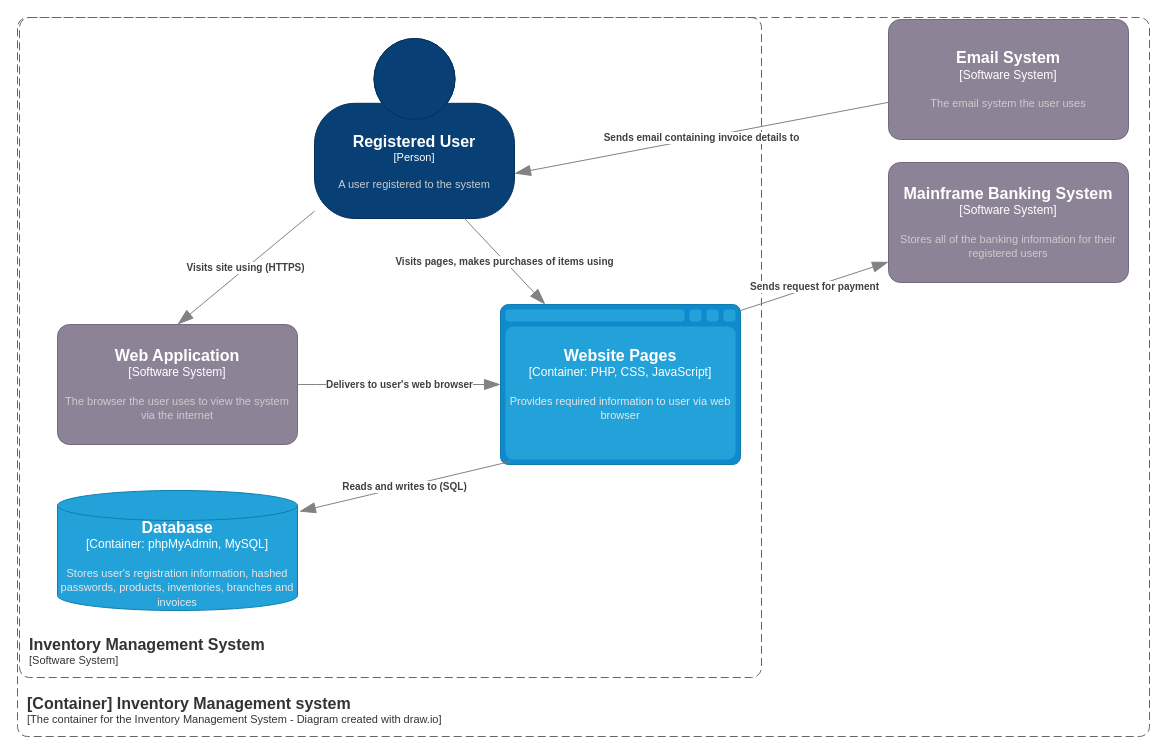
Above: C4 Diagrams/ContainerDiagram.drawio in Vani0904/Team-Project-Inventory-System (draw.io), before the change. Source tidied: cells renumbered, new cells numbered last; positions are measured from the earlier drawing's top-left corner, leaving out a move shared by most shapes. Both pictures are drawn from the tidied source at 100%, with x=0, y=0 at pixel (17, 17).
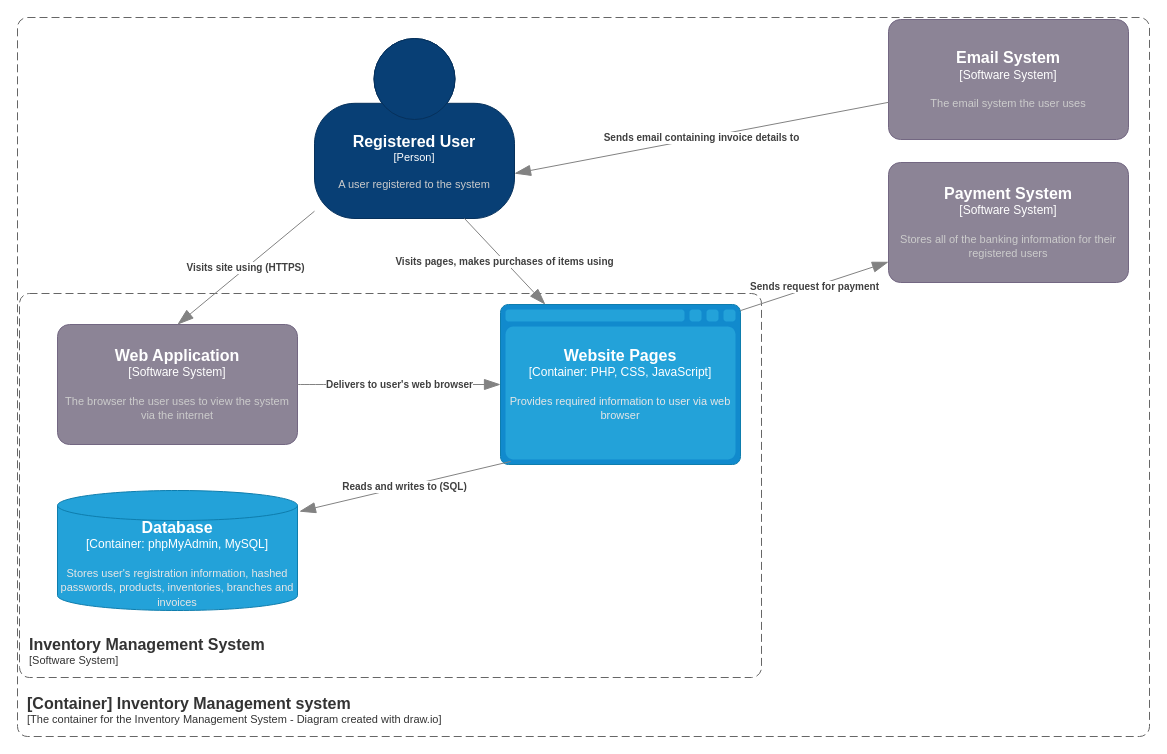
The same page after the edit.

Change to the diagram source:
```diff
@@
     <object id="3" label="&lt;font style=&quot;font-size: 16px&quot;&gt;&lt;b&gt;&lt;div style=&quot;text-align: left&quot;&gt;%c4Name%&lt;/div&gt;&lt;/b&gt;&lt;/font&gt;&lt;div style=&quot;text-align: left&quot;&gt;[%c4Application%]&lt;/div&gt;" c4Application="Software System" c4Name="Inventory Management System" placeholders="1">
       <mxCell style="rounded=1;fontSize=11;whiteSpace=wrap;html=1;dashed=1;arcSize=20;fillColor=none;strokeColor=#666666;fontColor=#333333;labelBackgroundColor=none;align=left;verticalAlign=bottom;labelBorderColor=none;spacingTop=0;spacing=10;dashPattern=8 4;perimeter=rectanglePerimeter;noLabel=0;labelPadding=0;absoluteArcSize=1;" parent="1" vertex="1">
-        <mxGeometry x="2" width="742" height="660" as="geometry" />
+        <mxGeometry x="2" y="276" width="742" height="384" as="geometry" />
       </mxCell>
     </object>
@@
-    <object id="13" label="&lt;font style=&quot;font-size: 16px&quot;&gt;&lt;b&gt;%c4Name%&lt;/b&gt;&lt;/font&gt;&lt;div&gt;[%c4Type%]&lt;/div&gt;&lt;br&gt;&lt;div&gt;&lt;font style=&quot;font-size: 11px&quot;&gt;&lt;font color=&quot;#cccccc&quot;&gt;%c4Description%&lt;/font&gt;&lt;/div&gt;" c4Description="Stores all of the banking information for their registered users" c4Name="Mainframe Banking System" c4Type="Software System" placeholders="1">
+    <object id="13" label="&lt;font style=&quot;font-size: 16px&quot;&gt;&lt;b&gt;%c4Name%&lt;/b&gt;&lt;/font&gt;&lt;div&gt;[%c4Type%]&lt;/div&gt;&lt;br&gt;&lt;div&gt;&lt;font style=&quot;font-size: 11px&quot;&gt;&lt;font color=&quot;#cccccc&quot;&gt;%c4Description%&lt;/font&gt;&lt;/div&gt;" c4Description="Stores all of the banking information for their registered users" c4Name="Payment System" c4Type="Software System" placeholders="1">
       <mxCell style="rounded=1;whiteSpace=wrap;html=1;labelBackgroundColor=none;fillColor=#8C8496;fontColor=#ffffff;align=center;arcSize=10;strokeColor=#736782;points=[[0.25,0,0],[0.5,0,0],[0.75,0,0],[1,0.25,0],[1,0.5,0],[1,0.75,0],[0.75,1,0],[0.5,1,0],[0.25,1,0],[0,0.75,0],[0,0.5,0],[0,0.25,0]];" parent="1" vertex="1">
         <mxGeometry x="871" y="145" width="240" height="120" as="geometry" />
       </mxCell>
     </object>
```
